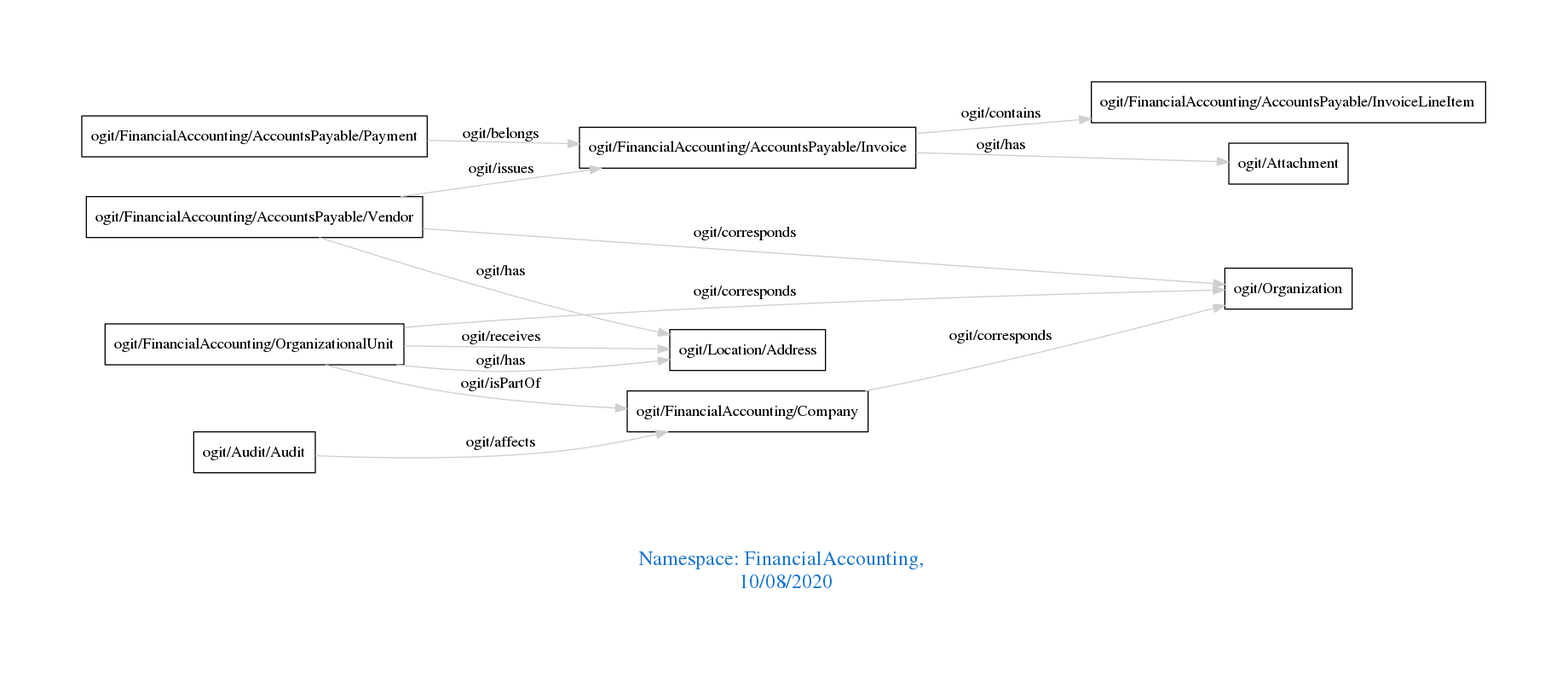
Before: downloads/FinancialAccounting.png, a diagram exported from Graphviz (arago/OGIT). Its source is kept beside it as downloads/FinancialAccounting.dot.
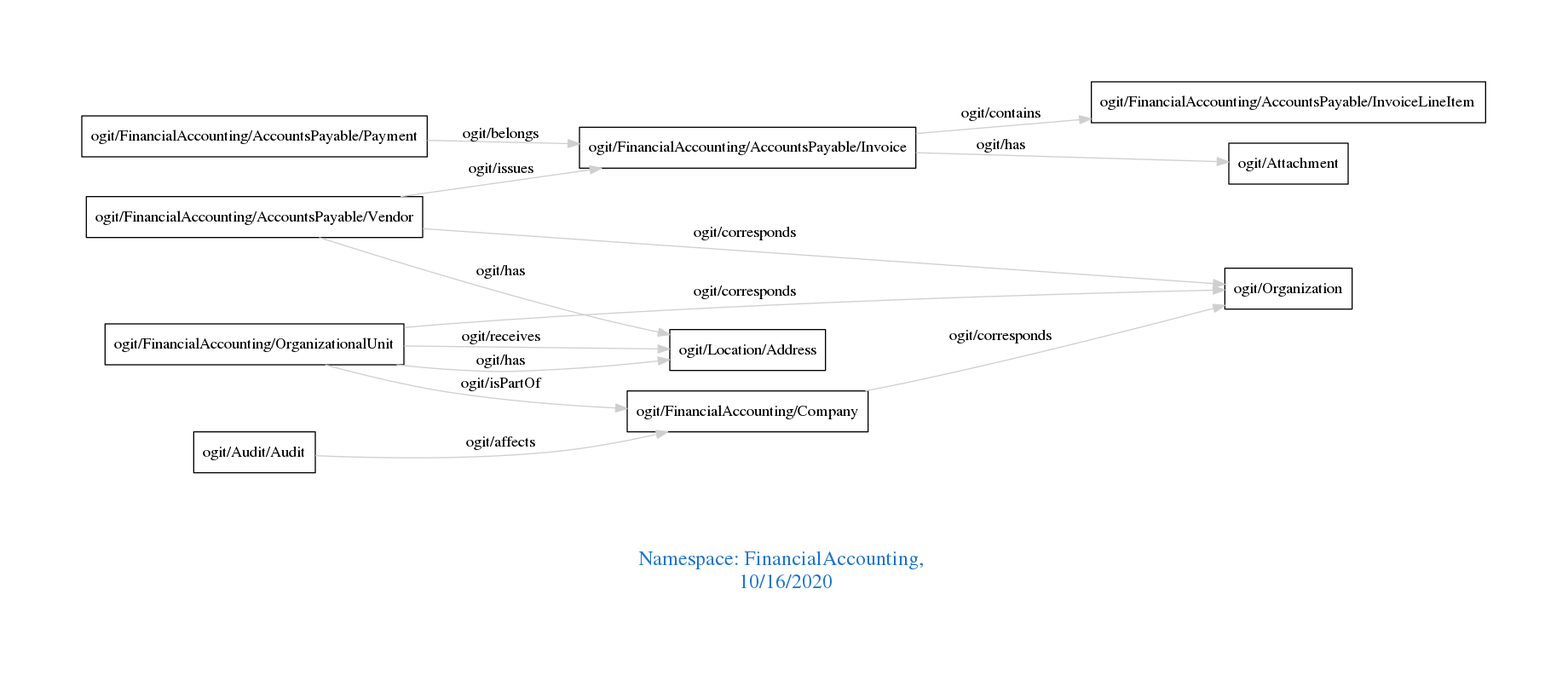
After the change.

What changed in the source:
```diff
@@ -1,7 +1,7 @@
 digraph OGIT_ontology {
  graph [ rankdir= LR,pad=1
 fontsize = 18,
-fontcolor= dodgerblue3,label = "\n\n\nNamespace: FinancialAccounting, \n 10/08/2020"];
+fontcolor= dodgerblue3,label = "\n\n\nNamespace: FinancialAccounting, \n 10/16/2020"];
 node[shape=polygon];
 edge [  color="gray81"];
 
```
